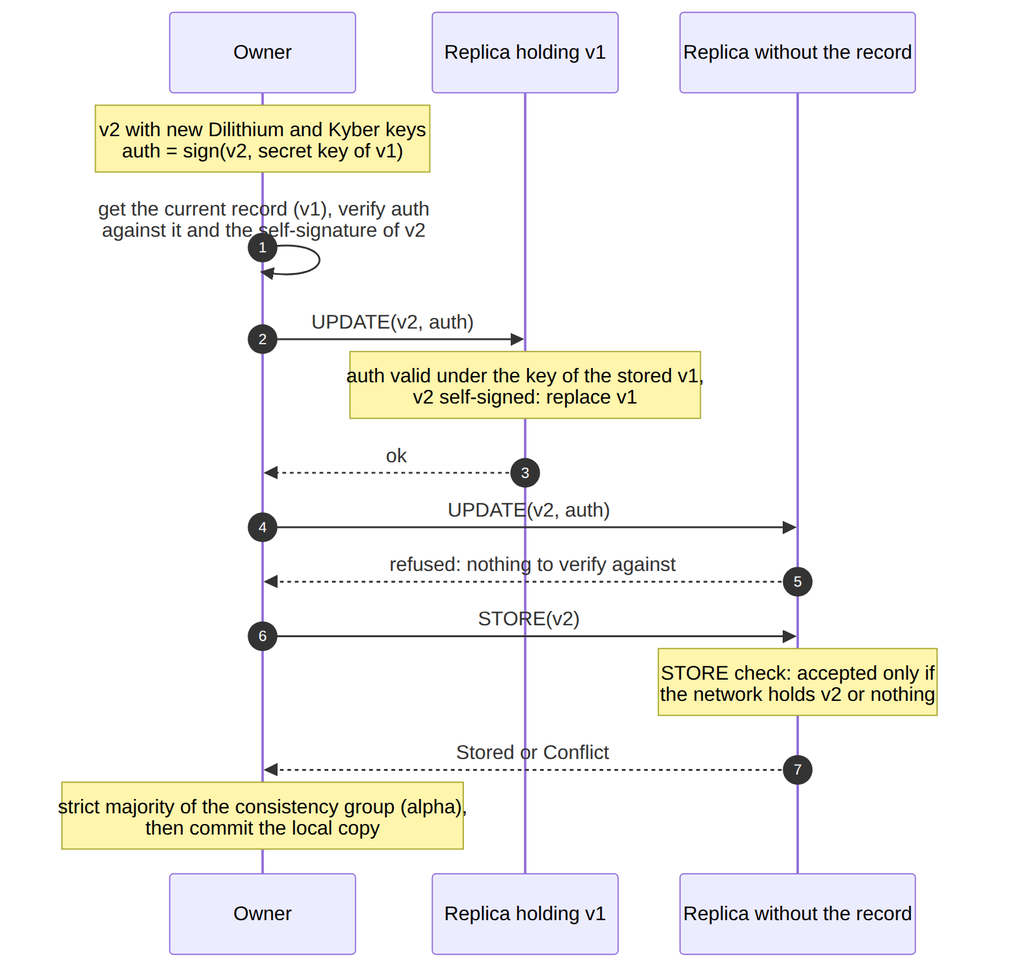
This is docs/design/update.png from fratrung/auth-kademlia-rs, a Mermaid export, as it was before one commit. Its source is kept beside it as docs/design/update.mmd.
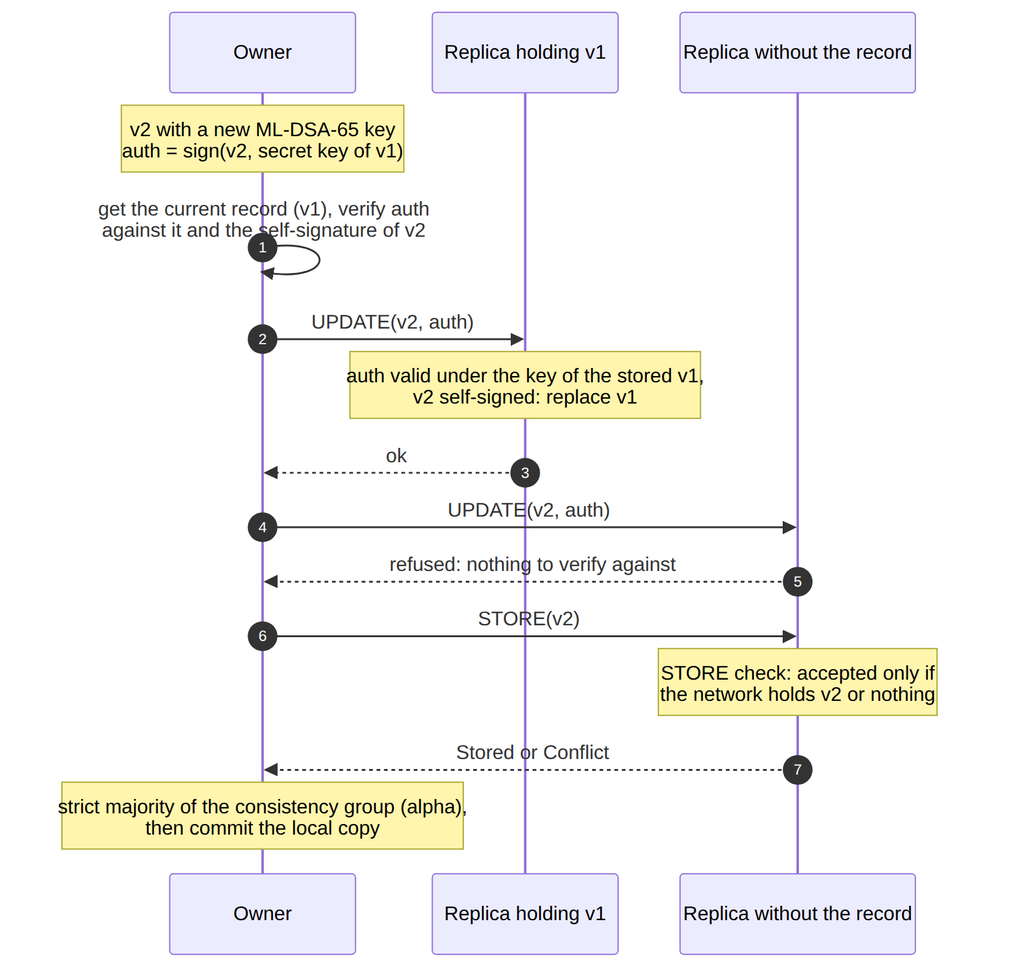
The same diagram one commit later.

What changed in the source:
```diff
@@ -3,7 +3,7 @@
     participant O as Owner
     participant R1 as Replica holding v1
     participant R2 as Replica without the record
-    Note over O: v2 with new Dilithium and Kyber keys<br/>auth = sign(v2, secret key of v1)
+    Note over O: v2 with a new ML-DSA-65 key<br/>auth = sign(v2, secret key of v1)
     O->>O: get the current record (v1), verify auth<br/>against it and the self-signature of v2
     O->>R1: UPDATE(v2, auth)
     Note over R1: auth valid under the key of the stored v1,<br/>v2 self-signed: replace v1
```
